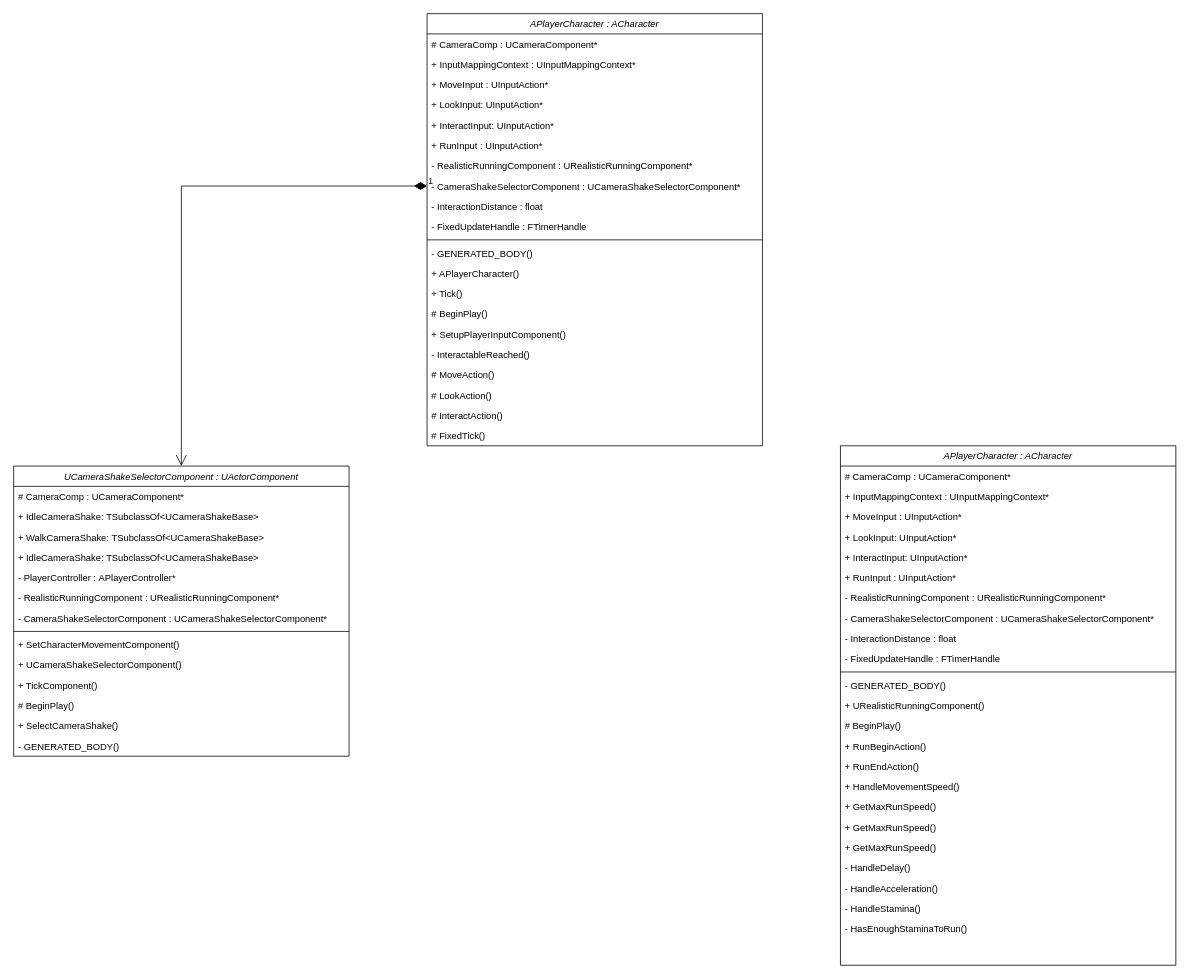
Piermaa/PARANOID-REMAKE keeps this draw.io diagram as ParanoidRemake/Diagrama sin título.drawio. Above is the earlier version. Source tidied: cells renumbered, new cells numbered last; positions are measured from the earlier drawing's top-left corner, leaving out a move shared by most shapes. Both pictures are drawn from the tidied source at 78%, with x=0, y=0 at pixel (13, 13).
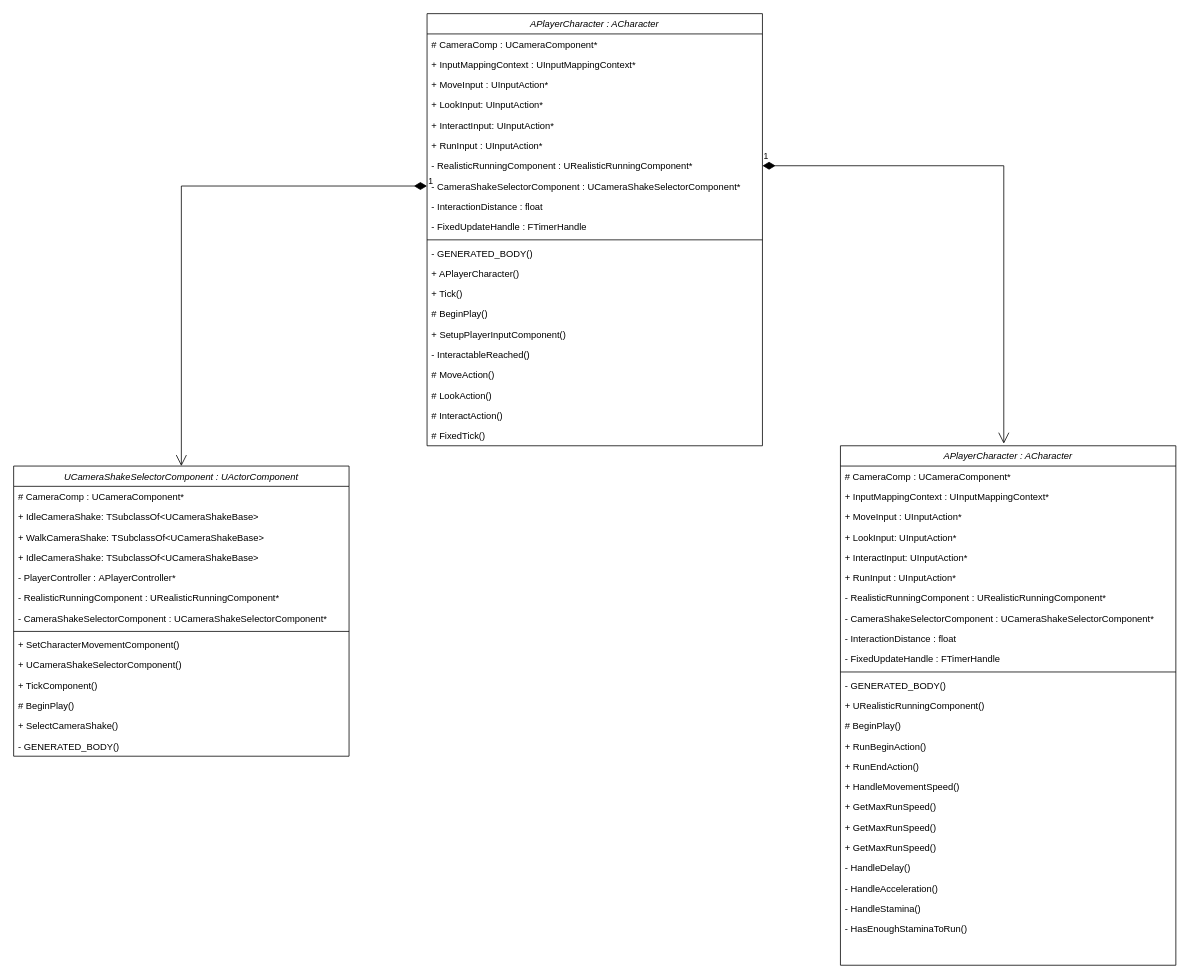
The same page after the edit.

The change refers to these unchanged cells:
```xml
<mxCell id="9" value="- RealisticRunningComponent : URealisticRunningComponent*" style="text;align=left;verticalAlign=top;spacingLeft=4;spacingRight=4;overflow=hidden;points=[[0,0.5],[1,0.5]];portConstraint=eastwest;rounded=0;shadow=0;html=0;" parent="2" vertex="1">
  <mxGeometry y="182" width="430" height="26" as="geometry" />
</mxCell>
<mxCell id="40" value="APlayerCharacter : ACharacter" style="swimlane;fontStyle=2;align=center;verticalAlign=top;horizontal=1;startSize=26;rounded=0;shadow=0;strokeWidth=1;" parent="1" vertex="1">
  <mxGeometry x="1060" y="554" width="430" height="666" as="geometry" />
</mxCell>
```

Diff of the diagram source:
```diff
@@
+    <mxCell id="65" value="1" style="endArrow=open;html=1;endSize=12;startArrow=diamondThin;startSize=14;startFill=1;edgeStyle=orthogonalEdgeStyle;align=left;verticalAlign=bottom;rounded=0;entryX=0.487;entryY=-0.004;entryDx=0;entryDy=0;entryPerimeter=0;" parent="1" edge="1" source="9" target="40">
+      <mxGeometry x="-1" y="3" relative="1" as="geometry" />
+    </mxCell>
```
